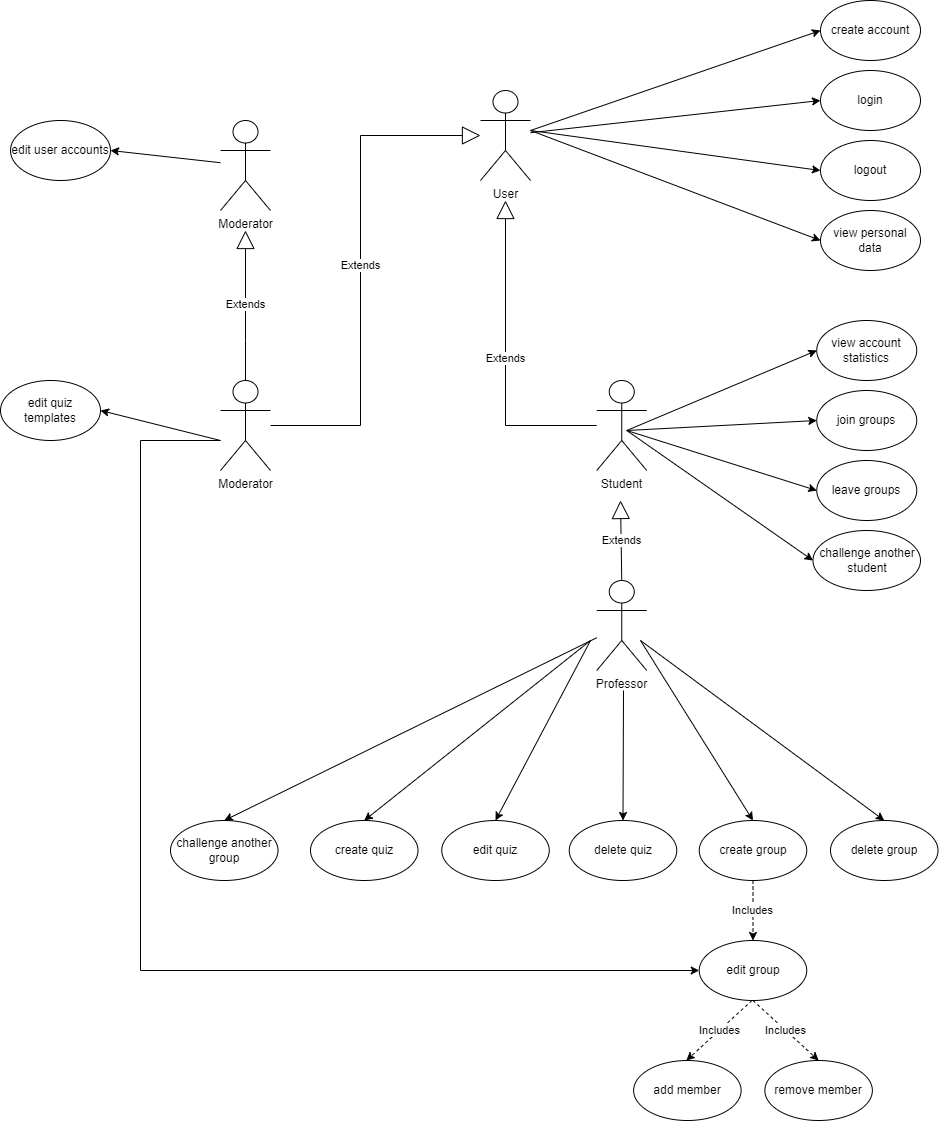
This is ProiectIS/wwwroot/images/UML.png from FTeodora/ProiectIS, a draw.io export, as it was before one commit. Source tidied: cells renumbered, new cells last; positions are measured from the earlier drawing's top-left corner, leaving out a move shared by most shapes.
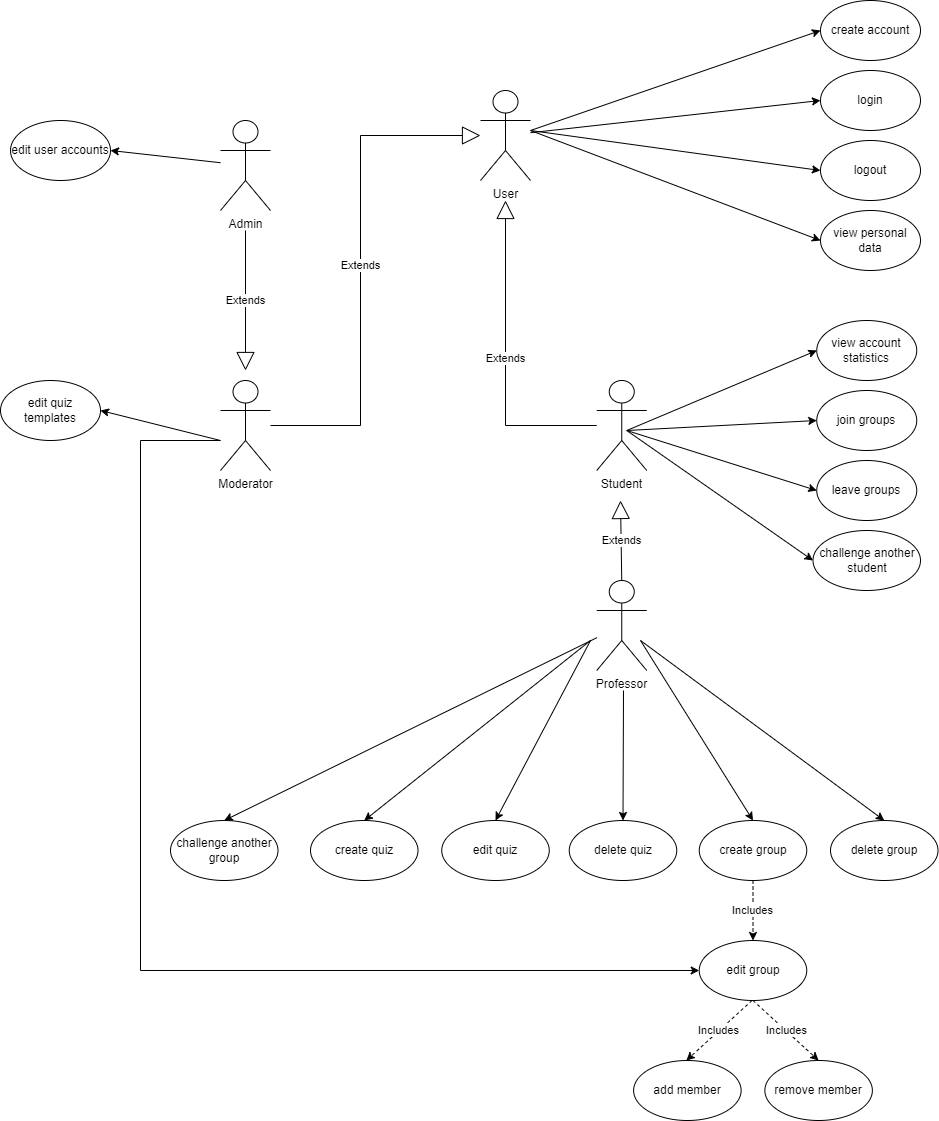
The same diagram one commit later.

Commit message:
diagrama UML facuta corect

Diff of the diagram source:
```diff
@@ -177,16 +177,13 @@
         <mxPoint x="220" y="440" as="sourcePoint" />
       </mxGeometry>
     </mxCell>
-    <mxCell id="46" value="Moderator" style="shape=umlActor;verticalLabelPosition=bottom;verticalAlign=top;html=1;outlineConnect=0;" parent="1" vertex="1">
+    <mxCell id="46" value="Admin" style="shape=umlActor;verticalLabelPosition=bottom;verticalAlign=top;html=1;outlineConnect=0;" parent="1" vertex="1">
       <mxGeometry x="220" y="120" width="50" height="90" as="geometry" />
     </mxCell>
-    <mxCell id="47" value="Extends" style="endArrow=block;endSize=16;endFill=0;html=1;rounded=0;edgeStyle=orthogonalEdgeStyle;exitX=0.5;exitY=0;exitDx=0;exitDy=0;exitPerimeter=0;" parent="1" edge="1" source="41">
+    <mxCell id="47" value="Extends" style="endArrow=block;endSize=16;endFill=0;html=1;rounded=0;edgeStyle=orthogonalEdgeStyle;" parent="1" edge="1">
       <mxGeometry relative="1" as="geometry">
-        <mxPoint x="245" y="230" as="targetPoint" />
-        <Array as="points">
-          <mxPoint x="245" y="340" />
-          <mxPoint x="245" y="340" />
-        </Array>
+        <mxPoint x="245" y="230" as="sourcePoint" />
+        <mxPoint x="245" y="370" as="targetPoint" />
       </mxGeometry>
     </mxCell>
     <mxCell id="48" value="edit user accounts" style="ellipse;whiteSpace=wrap;html=1;" parent="1" vertex="1">
```
